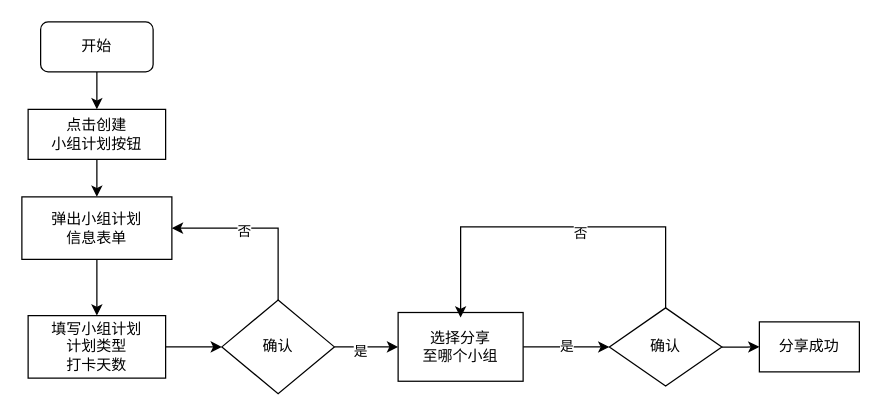
The draw.io diagram myPlan_flowChat.drawio in JohnnyLin12/GJR_BBS, before the edit. Source tidied: cells renumbered, new cells numbered last; positions are measured from the earlier drawing's top-left corner, leaving out a move shared by most shapes. Both pictures are drawn from the tidied source at 125%, with x=0, y=0 at pixel (21, 21).
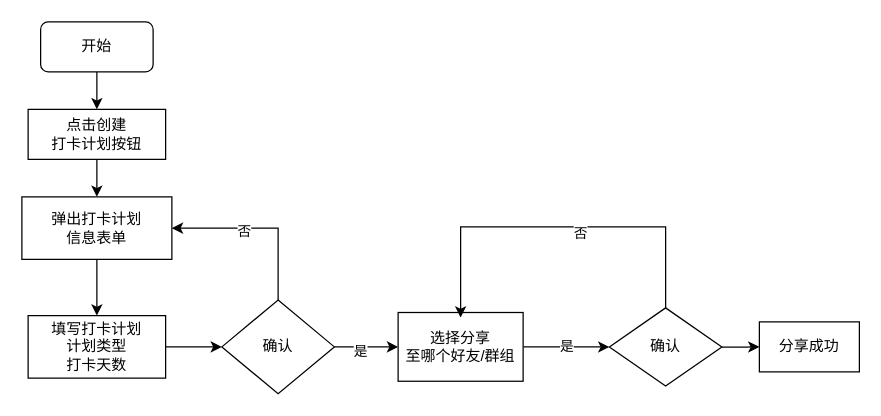
The same page after the edit.

Diff of the diagram source:
```diff
@@
-    <mxCell id="5" value="点击创建&lt;br&gt;小组计划按钮" style="rounded=0;whiteSpace=wrap;html=1;" parent="1" vertex="1">
+    <mxCell id="5" value="点击创建&lt;br&gt;打卡计划按钮" style="rounded=0;whiteSpace=wrap;html=1;" parent="1" vertex="1">
       <mxGeometry x="5" y="70" width="110" height="40" as="geometry" />
     </mxCell>
@@
-    <mxCell id="7" value="弹出小组计划&lt;br&gt;信息表单" style="whiteSpace=wrap;html=1;rounded=0;" parent="1" vertex="1">
+    <mxCell id="7" value="弹出打卡计划&lt;br&gt;信息表单" style="whiteSpace=wrap;html=1;rounded=0;" parent="1" vertex="1">
       <mxGeometry y="140" width="120" height="50" as="geometry" />
     </mxCell>
@@
-    <mxCell id="9" value="填写小组计划&lt;br&gt;计划类型&lt;br&gt;打卡天数" style="whiteSpace=wrap;html=1;rounded=0;" parent="1" vertex="1">
+    <mxCell id="9" value="填写打卡计划&lt;br&gt;计划类型&lt;br&gt;打卡天数" style="whiteSpace=wrap;html=1;rounded=0;" parent="1" vertex="1">
       <mxGeometry x="5" y="235" width="110" height="50" as="geometry" />
     </mxCell>
@@
-    <mxCell id="16" value="选择分享&lt;br&gt;至哪个小组" style="whiteSpace=wrap;html=1;rounded=0;" parent="1" vertex="1">
+    <mxCell id="16" value="选择分享&lt;br&gt;至哪个好友/群组" style="whiteSpace=wrap;html=1;rounded=0;" parent="1" vertex="1">
       <mxGeometry x="301" y="232.5" width="100" height="55" as="geometry" />
     </mxCell>
```
